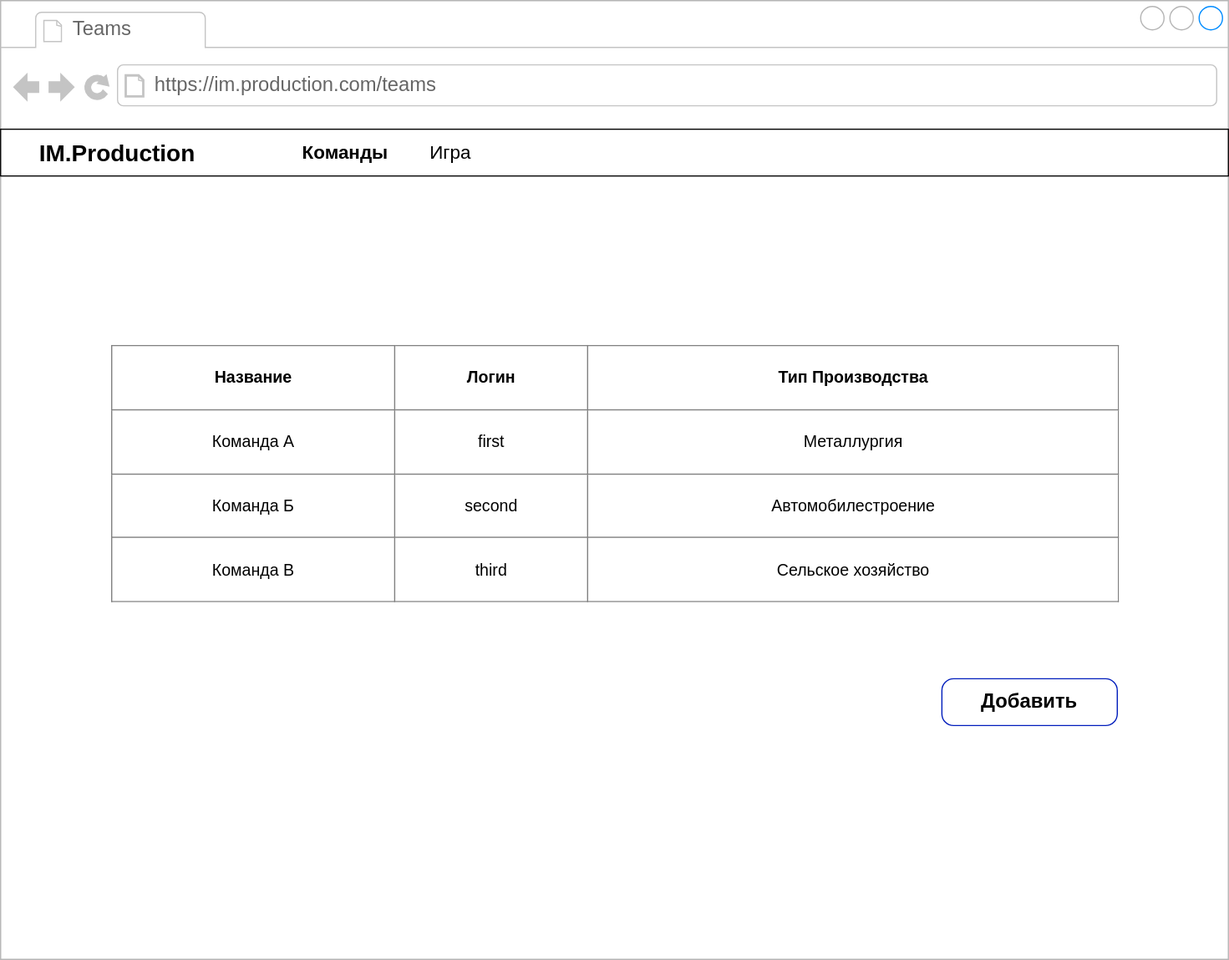
The draw.io diagram docs/mockups/Teams.svg in yafarkin/im.production, before a commit. Source tidied: cells renumbered, new cells last; positions are measured from the earlier drawing's top-left corner, leaving out a move shared by most shapes.
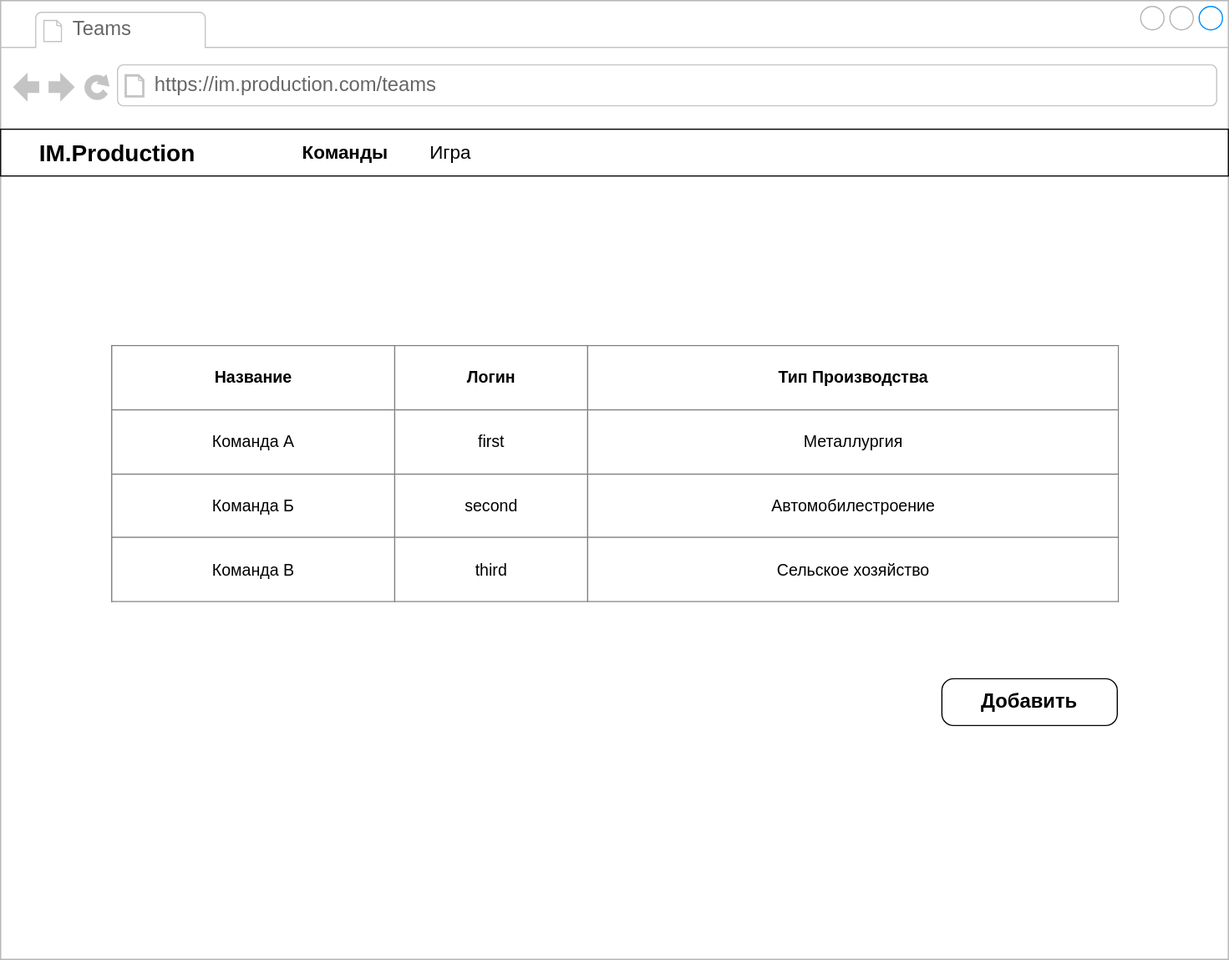
The same diagram one commit later.

Commit message:
#24 Убран цвет с кнопки из макета страницы Команды

Diff of the diagram source:
```diff
@@ -26,7 +26,7 @@
     <mxCell id="9" value="&lt;table border=&quot;1&quot; width=&quot;100%&quot; cellpadding=&quot;4&quot; style=&quot;width: 100% ; height: 100% ; border-collapse: collapse ; font-size: 14px&quot;&gt;&lt;tbody&gt;&lt;tr&gt;&lt;th align=&quot;center&quot;&gt;&lt;font style=&quot;font-size: 14px&quot;&gt;Название&lt;/font&gt;&lt;/th&gt;&lt;td style=&quot;text-align: center&quot;&gt;&lt;font size=&quot;1&quot;&gt;&lt;b style=&quot;font-size: 14px&quot;&gt;Логин&lt;/b&gt;&lt;/font&gt;&lt;/td&gt;&lt;td style=&quot;text-align: center&quot;&gt;&lt;b style=&quot;font-size: 14px&quot;&gt;Тип Производства&lt;/b&gt;&lt;br&gt;&lt;/td&gt;&lt;/tr&gt;&lt;tr&gt;&lt;td style=&quot;text-align: center&quot;&gt;&lt;font style=&quot;font-size: 14px&quot;&gt;Команда А&lt;/font&gt;&lt;/td&gt;&lt;td style=&quot;text-align: center&quot;&gt;&lt;font style=&quot;font-size: 14px&quot;&gt;first&lt;/font&gt;&lt;/td&gt;&lt;td style=&quot;text-align: center&quot;&gt;Металлургия&lt;/td&gt;&lt;/tr&gt;&lt;tr&gt;&lt;td align=&quot;center&quot;&gt;Команда Б&lt;br&gt;&lt;/td&gt;&lt;td style=&quot;text-align: center&quot;&gt;&lt;font style=&quot;font-size: 14px&quot;&gt;second&lt;/font&gt;&lt;/td&gt;&lt;td style=&quot;text-align: center&quot;&gt;&lt;font style=&quot;font-size: 14px&quot;&gt;Автомобилестроение&lt;/font&gt;&lt;/td&gt;&lt;/tr&gt;&lt;tr&gt;&lt;td style=&quot;text-align: center&quot;&gt;Команда В&lt;br&gt;&lt;/td&gt;&lt;td style=&quot;text-align: center&quot;&gt;third&lt;br&gt;&lt;/td&gt;&lt;td style=&quot;text-align: center&quot;&gt;Сельское хозяйство&lt;/td&gt;&lt;/tr&gt;&lt;/tbody&gt;&lt;/table&gt;" style="text;html=1;strokeColor=none;fillColor=#ffffff;overflow=fill;labelBackgroundColor=none;opacity=0;horizontal=1;" parent="2" vertex="1">
       <mxGeometry x="95" y="295" width="860" height="220" as="geometry" />
     </mxCell>
-    <mxCell id="10" value="&lt;font color=&quot;#000000&quot;&gt;Добавить&lt;/font&gt;" style="strokeWidth=1;shadow=0;dashed=0;align=center;html=1;shape=mxgraph.mockup.buttons.button;strokeColor=#001DBC;mainText=;buttonStyle=round;fontSize=17;fontStyle=1;fillColor=#FFFFFF;whiteSpace=wrap;labelBackgroundColor=none;fontColor=#ffffff;perimeterSpacing=0;" parent="2" vertex="1">
+    <mxCell id="10" value="&lt;font color=&quot;#000000&quot;&gt;Добавить&lt;/font&gt;" style="strokeWidth=1;shadow=0;dashed=0;align=center;html=1;shape=mxgraph.mockup.buttons.button;strokeColor=#000003;mainText=;buttonStyle=round;fontSize=17;fontStyle=1;fillColor=#FFFFFF;whiteSpace=wrap;labelBackgroundColor=none;fontColor=#ffffff;perimeterSpacing=0;" parent="2" vertex="1">
       <mxGeometry x="805" y="580" width="150" height="40" as="geometry" />
     </mxCell>
   </root>
```
